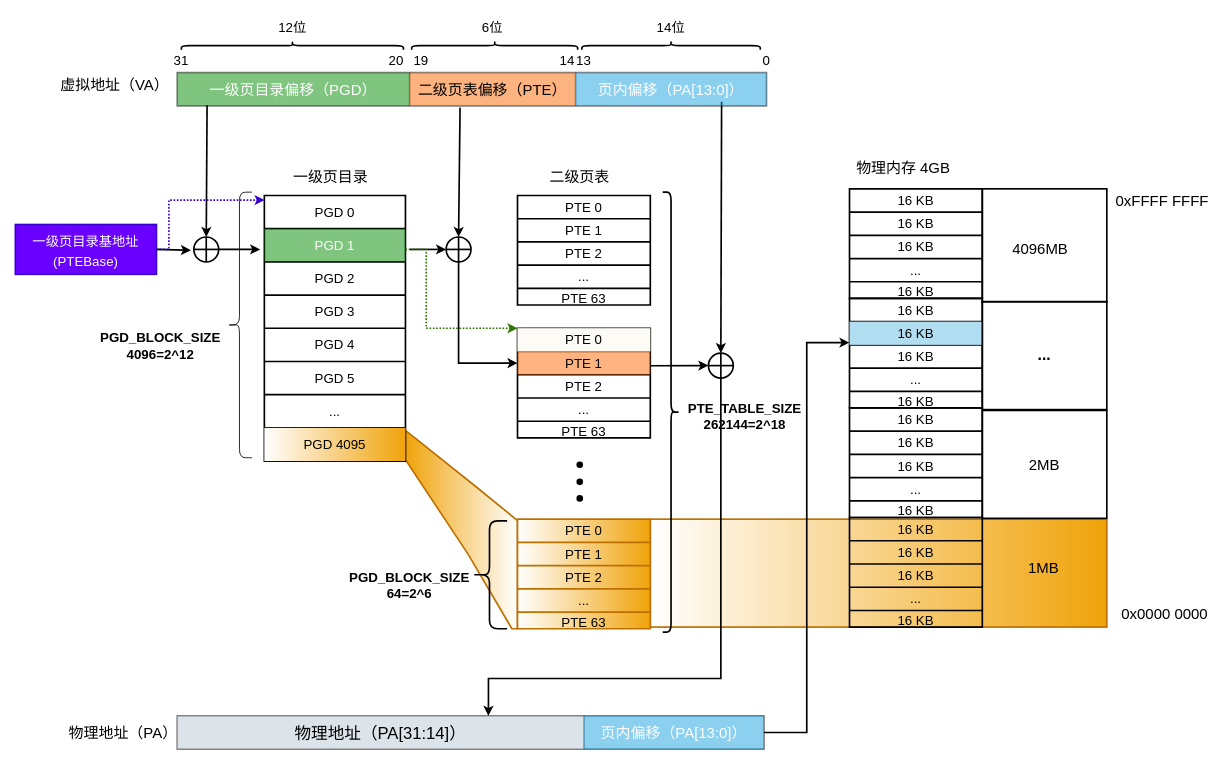
Before: page "mips32MmuMemInit" (19 of 21) of draw/mips中断亲和度.drawio in peng-fan/drawio, a draw.io diagram. Source tidied: cells renumbered, new cells numbered last; positions are measured from the earlier drawing's top-left corner, leaving out a move shared by most shapes. Both pictures are drawn from the tidied source at 83%, with x=0, y=0 at pixel (15, -66).
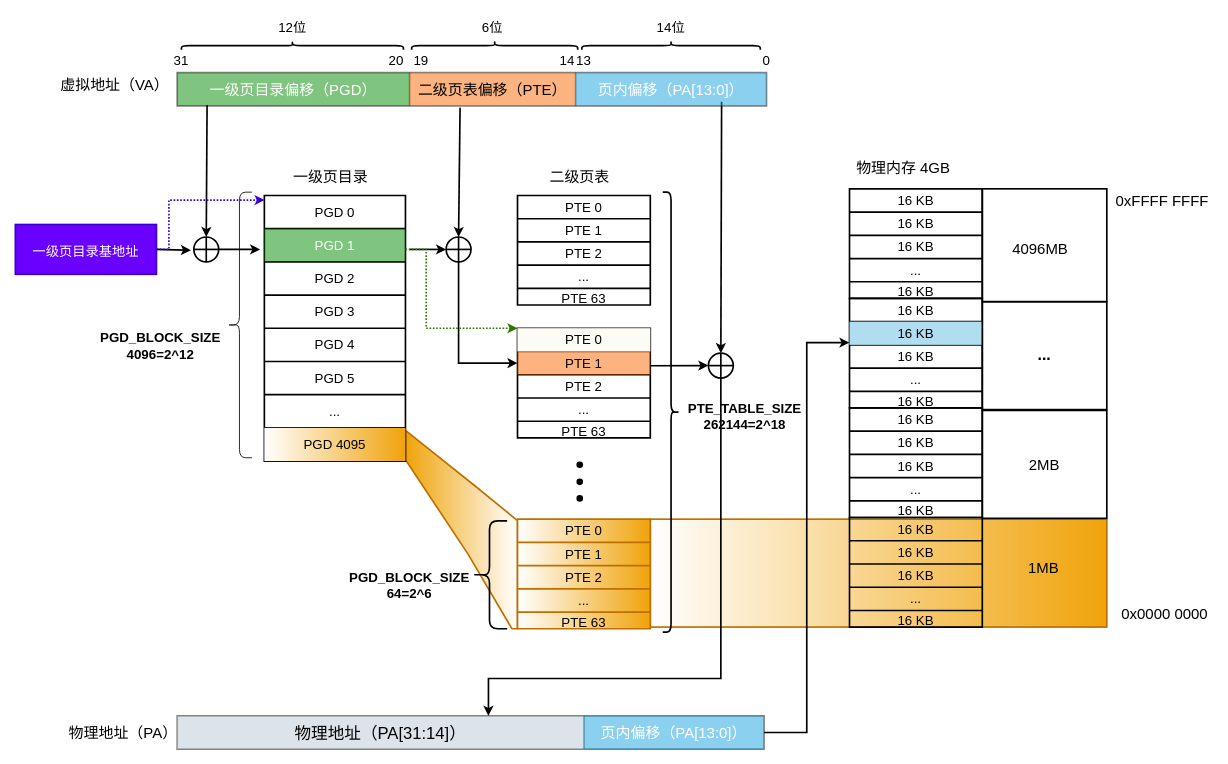
The same page after the edit.

What changed in the source:
```diff
@@
-    <mxCell id="11" value="&lt;font style=&quot;font-size: 16px&quot;&gt;一级页目录基地址(PTEBase)&lt;/font&gt;" style="rounded=0;whiteSpace=wrap;html=1;fontSize=20;strokeColor=#3700CC;strokeWidth=2;fillColor=#6a00ff;align=center;fontColor=#ffffff;" parent="1" vertex="1">
+    <mxCell id="11" value="&lt;font style=&quot;font-size: 16px&quot;&gt;一级页目录基地址&lt;/font&gt;" style="rounded=0;whiteSpace=wrap;html=1;fontSize=20;strokeColor=#3700CC;strokeWidth=2;fillColor=#6a00ff;align=center;fontColor=#ffffff;" parent="1" vertex="1">
       <mxGeometry y="349" width="170" height="60" as="geometry" />
     </mxCell>
```
